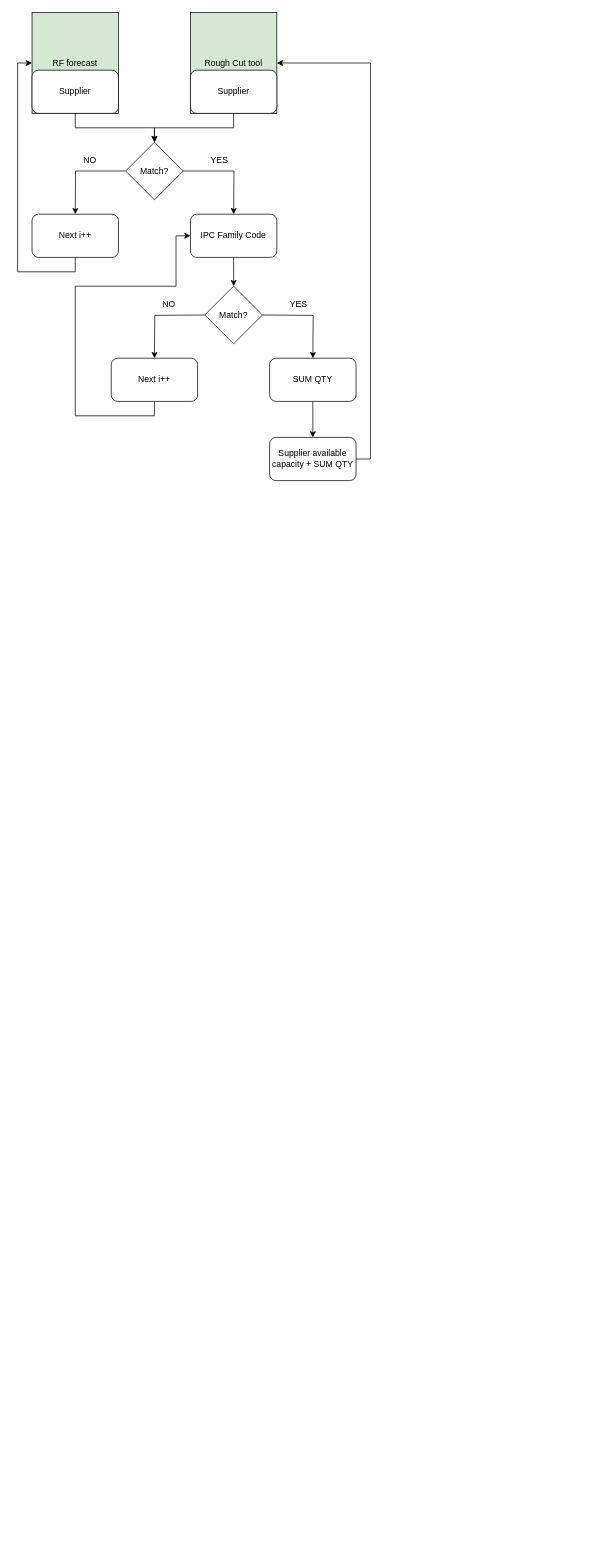
Earlier version of the draw.io diagram Rough Cut Tool Algorithm.drawio (BroadSide3/BroadSide3.github.io). Source tidied: cells renumbered, new cells numbered last; positions are measured from the earlier drawing's top-left corner, leaving out a move shared by most shapes. Both pictures are drawn from the tidied source at 72%, with x=0, y=0 at pixel (32, 12).
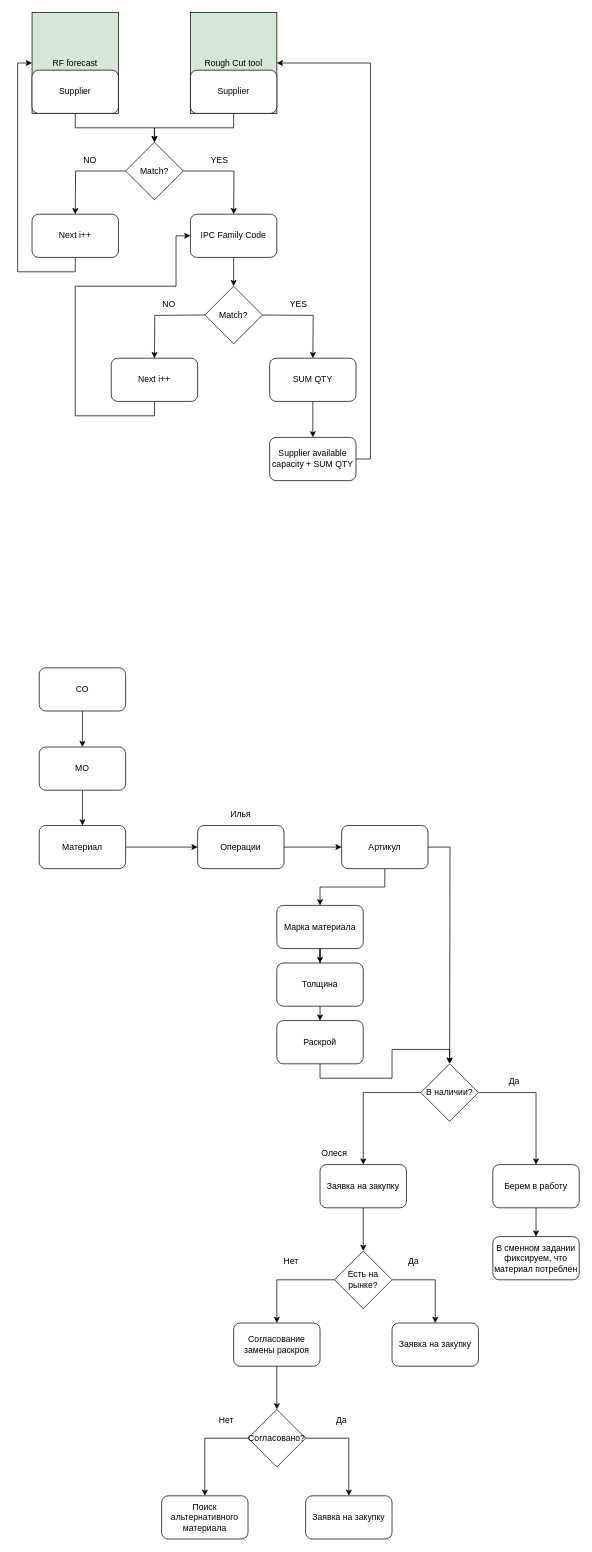
The same page after the edit.

Commit message:
Закупка материала

The edit, as a diff of the source:
```diff
@@
+    <mxCell id="29" style="edgeStyle=orthogonalEdgeStyle;rounded=0;jettySize=auto;html=1;exitX=0.5;exitY=1;exitDx=0;exitDy=0;entryX=0.5;entryY=0;entryDx=0;entryDy=0;" parent="1" edge="1" source="30" target="32">
+      <mxGeometry relative="1" as="geometry" />
+    </mxCell>
+    <mxCell id="30" value="СО" style="rounded=1;whiteSpace=wrap;html=1;" parent="1" vertex="1">
+      <mxGeometry x="10" y="910" width="120" height="60" as="geometry" />
+    </mxCell>
+    <mxCell id="31" style="edgeStyle=orthogonalEdgeStyle;rounded=0;jettySize=auto;html=1;exitX=0.5;exitY=1;exitDx=0;exitDy=0;entryX=0.5;entryY=0;entryDx=0;entryDy=0;" parent="1" edge="1" source="32" target="34">
+      <mxGeometry relative="1" as="geometry" />
+    </mxCell>
+    <mxCell id="32" value="МО" style="rounded=1;whiteSpace=wrap;html=1;" parent="1" vertex="1">
+      <mxGeometry x="10" y="1020" width="120" height="60" as="geometry" />
+    </mxCell>
+    <mxCell id="33" style="edgeStyle=orthogonalEdgeStyle;rounded=0;jettySize=auto;html=1;exitX=1;exitY=0.5;exitDx=0;exitDy=0;" parent="1" edge="1" source="34" target="36">
+      <mxGeometry relative="1" as="geometry" />
+    </mxCell>
+    <mxCell id="34" value="Материал" style="rounded=1;whiteSpace=wrap;html=1;" parent="1" vertex="1">
+      <mxGeometry x="10" y="1129" width="120" height="60" as="geometry" />
+    </mxCell>
+    <mxCell id="35" style="edgeStyle=orthogonalEdgeStyle;rounded=0;jettySize=auto;html=1;exitX=1;exitY=0.5;exitDx=0;exitDy=0;" parent="1" edge="1" source="36" target="42">
+      <mxGeometry relative="1" as="geometry" />
+    </mxCell>
+    <mxCell id="36" value="Операции" style="rounded=1;whiteSpace=wrap;html=1;" parent="1" vertex="1">
+      <mxGeometry x="230" y="1129" width="120" height="60" as="geometry" />
+    </mxCell>
+    <mxCell id="37" value="Илья" style="text;html=1;align=center;verticalAlign=middle;whiteSpace=wrap;rounded=0;" parent="1" vertex="1">
+      <mxGeometry x="260" y="1099" width="60" height="30" as="geometry" />
+    </mxCell>
+    <mxCell id="38" style="edgeStyle=orthogonalEdgeStyle;rounded=0;jettySize=auto;html=1;exitX=0.5;exitY=1;exitDx=0;exitDy=0;entryX=0.5;entryY=0;entryDx=0;entryDy=0;" parent="1" edge="1" source="39" target="45">
+      <mxGeometry relative="1" as="geometry" />
+    </mxCell>
+    <mxCell id="39" value="Толщина" style="rounded=1;whiteSpace=wrap;html=1;" parent="1" vertex="1">
+      <mxGeometry x="340" y="1320" width="120" height="60" as="geometry" />
+    </mxCell>
+    <mxCell id="40" style="edgeStyle=orthogonalEdgeStyle;rounded=0;jettySize=auto;html=1;exitX=0.5;exitY=1;exitDx=0;exitDy=0;entryX=0.5;entryY=0;entryDx=0;entryDy=0;" parent="1" edge="1" source="42" target="47">
+      <mxGeometry relative="1" as="geometry" />
+    </mxCell>
+    <mxCell id="41" style="edgeStyle=orthogonalEdgeStyle;rounded=0;jettySize=auto;html=1;exitX=1;exitY=0.5;exitDx=0;exitDy=0;" parent="1" edge="1" source="42">
+      <mxGeometry relative="1" as="geometry">
+        <mxPoint x="580" y="1460" as="targetPoint" />
+      </mxGeometry>
+    </mxCell>
+    <mxCell id="42" value="Артикул" style="rounded=1;whiteSpace=wrap;html=1;" parent="1" vertex="1">
+      <mxGeometry x="430" y="1129" width="120" height="60" as="geometry" />
+    </mxCell>
+    <mxCell id="43" style="edgeStyle=orthogonalEdgeStyle;rounded=0;orthogonalLoop=1;jettySize=auto;html=1;exitX=0.5;exitY=1;exitDx=0;exitDy=0;" parent="1" edge="1" source="37" target="37">
+      <mxGeometry relative="1" as="geometry" />
+    </mxCell>
+    <mxCell id="44" style="edgeStyle=orthogonalEdgeStyle;rounded=0;jettySize=auto;html=1;exitX=0.5;exitY=1;exitDx=0;exitDy=0;entryX=0.5;entryY=0;entryDx=0;entryDy=0;" parent="1" edge="1" source="45" target="50">
+      <mxGeometry relative="1" as="geometry" />
+    </mxCell>
+    <mxCell id="45" value="Раскрой" style="rounded=1;whiteSpace=wrap;html=1;" parent="1" vertex="1">
+      <mxGeometry x="340" y="1400" width="120" height="60" as="geometry" />
+    </mxCell>
+    <mxCell id="46" style="edgeStyle=orthogonalEdgeStyle;rounded=0;jettySize=auto;html=1;exitX=0.5;exitY=1;exitDx=0;exitDy=0;" parent="1" edge="1" source="47" target="39">
+      <mxGeometry relative="1" as="geometry" />
+    </mxCell>
+    <mxCell id="47" value="Марка материала" style="rounded=1;whiteSpace=wrap;html=1;" parent="1" vertex="1">
+      <mxGeometry x="340" y="1240" width="120" height="60" as="geometry" />
+    </mxCell>
+    <mxCell id="48" style="edgeStyle=orthogonalEdgeStyle;rounded=0;jettySize=auto;html=1;exitX=1;exitY=0.5;exitDx=0;exitDy=0;entryX=0.5;entryY=0;entryDx=0;entryDy=0;" parent="1" edge="1" source="50" target="52">
+      <mxGeometry relative="1" as="geometry" />
+    </mxCell>
+    <mxCell id="49" style="edgeStyle=orthogonalEdgeStyle;rounded=0;jettySize=auto;html=1;exitX=0;exitY=0.5;exitDx=0;exitDy=0;entryX=0.5;entryY=0;entryDx=0;entryDy=0;" parent="1" edge="1" source="50" target="54">
+      <mxGeometry relative="1" as="geometry" />
+    </mxCell>
+    <mxCell id="50" value="В наличии?" style="rhombus;whiteSpace=wrap;html=1;" parent="1" vertex="1">
+      <mxGeometry x="540" y="1460" width="80" height="80" as="geometry" />
+    </mxCell>
+    <mxCell id="51" style="edgeStyle=orthogonalEdgeStyle;rounded=0;jettySize=auto;html=1;exitX=0.5;exitY=1;exitDx=0;exitDy=0;" parent="1" edge="1" source="52" target="55">
+      <mxGeometry relative="1" as="geometry" />
+    </mxCell>
+    <mxCell id="52" value="Берем в работу" style="rounded=1;whiteSpace=wrap;html=1;" parent="1" vertex="1">
+      <mxGeometry x="640" y="1600" width="120" height="60" as="geometry" />
+    </mxCell>
+    <mxCell id="53" style="edgeStyle=orthogonalEdgeStyle;rounded=0;jettySize=auto;html=1;exitX=0.5;exitY=1;exitDx=0;exitDy=0;entryX=0.5;entryY=0;entryDx=0;entryDy=0;" parent="1" edge="1" source="54" target="59">
+      <mxGeometry relative="1" as="geometry" />
+    </mxCell>
+    <mxCell id="54" value="Заявка на закупку" style="rounded=1;whiteSpace=wrap;html=1;" parent="1" vertex="1">
+      <mxGeometry x="400" y="1600" width="120" height="60" as="geometry" />
+    </mxCell>
+    <mxCell id="55" value="В сменном задании фиксируем, что материал потреблен" style="rounded=1;whiteSpace=wrap;html=1;" parent="1" vertex="1">
+      <mxGeometry x="640" y="1700" width="120" height="60" as="geometry" />
+    </mxCell>
+    <mxCell id="56" value="Олеся" style="text;html=1;align=center;verticalAlign=middle;whiteSpace=wrap;rounded=0;" parent="1" vertex="1">
+      <mxGeometry x="390" y="1570" width="60" height="30" as="geometry" />
+    </mxCell>
+    <mxCell id="57" style="edgeStyle=orthogonalEdgeStyle;rounded=0;jettySize=auto;html=1;exitX=0;exitY=0.5;exitDx=0;exitDy=0;entryX=0.5;entryY=0;entryDx=0;entryDy=0;" parent="1" edge="1" source="59" target="62">
+      <mxGeometry relative="1" as="geometry" />
+    </mxCell>
+    <mxCell id="58" style="edgeStyle=orthogonalEdgeStyle;rounded=0;jettySize=auto;html=1;exitX=1;exitY=0.5;exitDx=0;exitDy=0;" parent="1" edge="1" source="59" target="70">
+      <mxGeometry relative="1" as="geometry" />
+    </mxCell>
+    <mxCell id="59" value="Есть на рынке?" style="rhombus;whiteSpace=wrap;html=1;" parent="1" vertex="1">
+      <mxGeometry x="420" y="1720" width="80" height="80" as="geometry" />
+    </mxCell>
+    <mxCell id="60" value="Да" style="text;html=1;align=center;verticalAlign=middle;whiteSpace=wrap;rounded=0;" parent="1" vertex="1">
+      <mxGeometry x="640" y="1470" width="60" height="30" as="geometry" />
+    </mxCell>
+    <mxCell id="61" style="edgeStyle=orthogonalEdgeStyle;rounded=0;jettySize=auto;html=1;exitX=0.5;exitY=1;exitDx=0;exitDy=0;" parent="1" edge="1" source="62" target="66">
+      <mxGeometry relative="1" as="geometry" />
+    </mxCell>
+    <mxCell id="62" value="Согласование замены раскроя" style="rounded=1;whiteSpace=wrap;html=1;" parent="1" vertex="1">
+      <mxGeometry x="280" y="1820" width="120" height="60" as="geometry" />
+    </mxCell>
+    <mxCell id="63" value="Нет" style="text;html=1;align=center;verticalAlign=middle;whiteSpace=wrap;rounded=0;" parent="1" vertex="1">
+      <mxGeometry x="330" y="1720" width="60" height="30" as="geometry" />
+    </mxCell>
+    <mxCell id="64" style="edgeStyle=orthogonalEdgeStyle;rounded=0;jettySize=auto;html=1;exitX=0;exitY=0.5;exitDx=0;exitDy=0;entryX=0.5;entryY=0;entryDx=0;entryDy=0;" parent="1" edge="1" source="66" target="67">
+      <mxGeometry relative="1" as="geometry" />
+    </mxCell>
+    <mxCell id="65" style="edgeStyle=orthogonalEdgeStyle;rounded=0;jettySize=auto;html=1;exitX=1;exitY=0.5;exitDx=0;exitDy=0;" parent="1" edge="1" source="66" target="69">
+      <mxGeometry relative="1" as="geometry" />
+    </mxCell>
+    <mxCell id="66" value="Согласовано?" style="rhombus;whiteSpace=wrap;html=1;" parent="1" vertex="1">
+      <mxGeometry x="300" y="1940" width="80" height="80" as="geometry" />
+    </mxCell>
+    <mxCell id="67" value="Поиск альтернативного материала" style="rounded=1;whiteSpace=wrap;html=1;" parent="1" vertex="1">
+      <mxGeometry x="180" y="2060" width="120" height="60" as="geometry" />
+    </mxCell>
+    <mxCell id="68" value="Нет" style="text;html=1;align=center;verticalAlign=middle;whiteSpace=wrap;rounded=0;" parent="1" vertex="1">
+      <mxGeometry x="240" y="1940" width="60" height="30" as="geometry" />
+    </mxCell>
+    <mxCell id="69" value="Заявка на закупку" style="rounded=1;whiteSpace=wrap;html=1;" parent="1" vertex="1">
+      <mxGeometry x="380" y="2060" width="120" height="60" as="geometry" />
+    </mxCell>
+    <mxCell id="70" value="Заявка на закупку" style="rounded=1;whiteSpace=wrap;html=1;" parent="1" vertex="1">
+      <mxGeometry x="500" y="1820" width="120" height="60" as="geometry" />
+    </mxCell>
+    <mxCell id="71" value="Да" style="text;html=1;align=center;verticalAlign=middle;whiteSpace=wrap;rounded=0;" parent="1" vertex="1">
+      <mxGeometry x="400" y="1940" width="60" height="30" as="geometry" />
+    </mxCell>
+    <mxCell id="72" value="Да" style="text;html=1;align=center;verticalAlign=middle;whiteSpace=wrap;rounded=0;" parent="1" vertex="1">
+      <mxGeometry x="500" y="1720" width="60" height="30" as="geometry" />
+    </mxCell>
```
